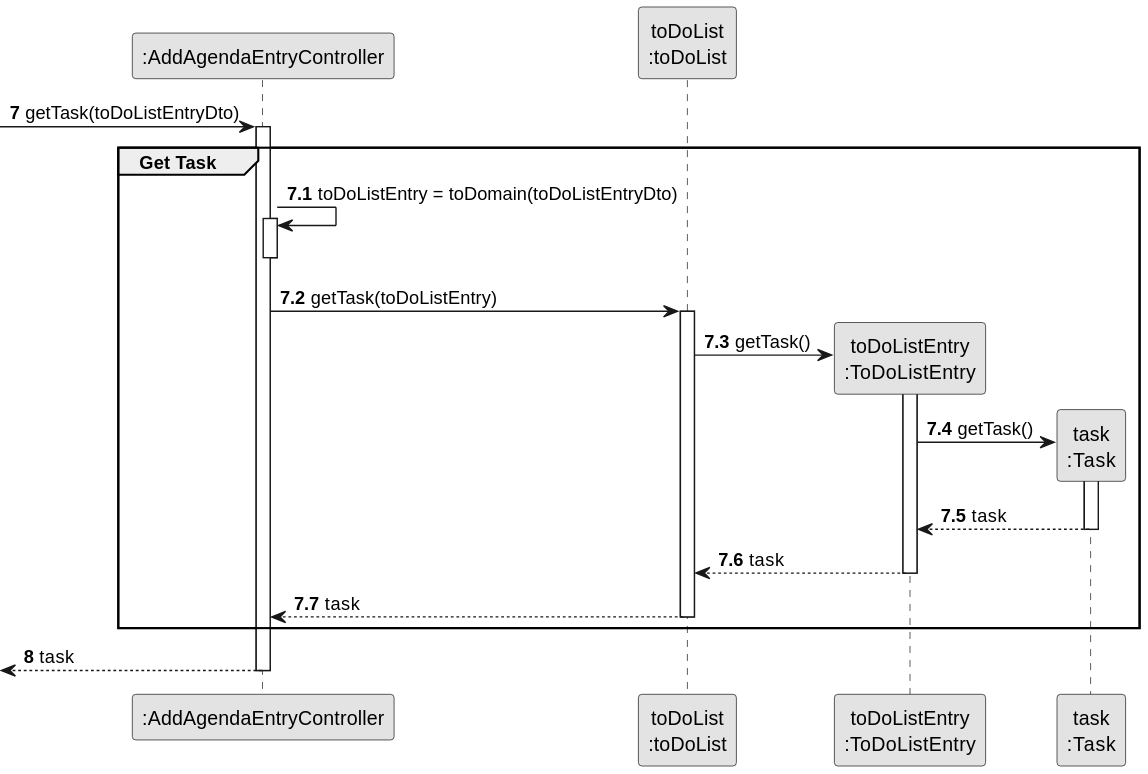
Above: docs/sprintC/us022/03.design/svg/us022-sequence-diagram-partial-get-task.svg in diogoveirospro/lei-24-s2-1dg-g072 (PlantUML), before the change.
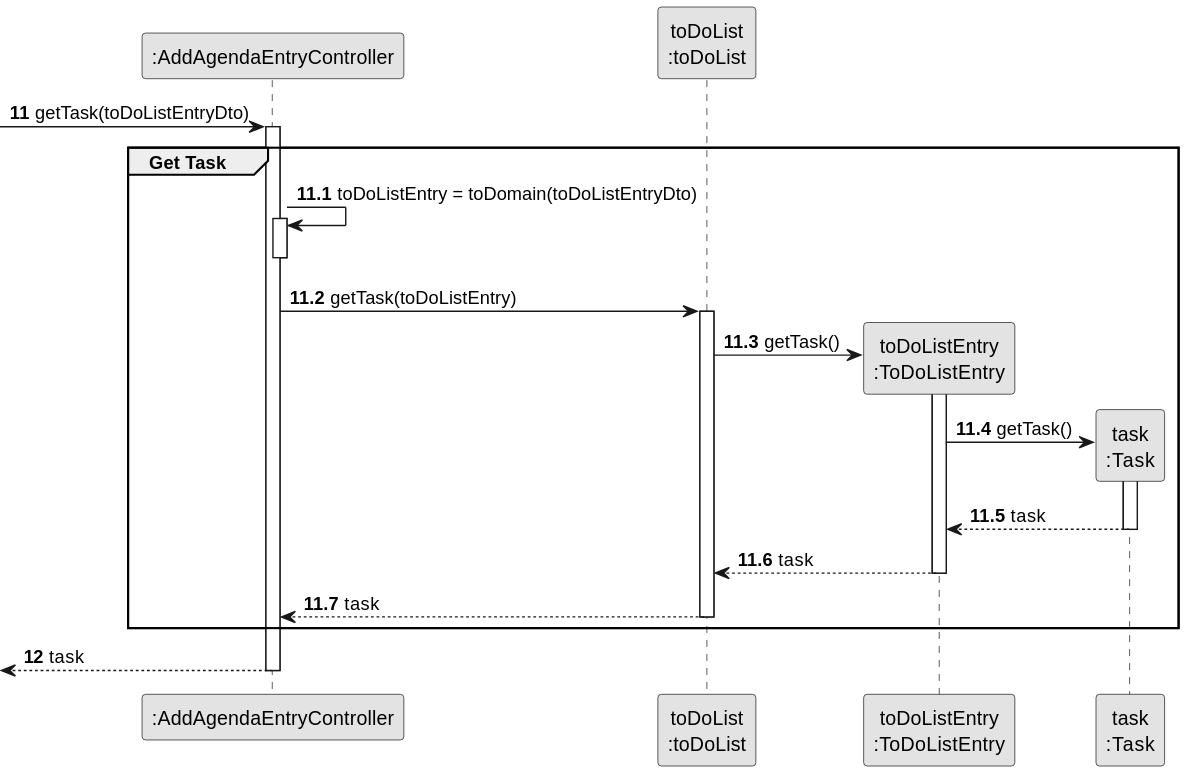
The same file after the commit.

The edit, as a diff of the source:
```diff
@@ -8,10 +8,10 @@
 participant "toDoListEntry\n:ToDoListEntry" as TODOLISTENTRY
 participant "task\n:Task" as TASK
 
-autonumber 7
+autonumber 11
 -> CTRL: getTask(toDoListEntryDto)
 
-autonumber 7.1
+autonumber 11.1
 activate CTRL
     group Get Task
 
@@ -39,7 +39,7 @@
 
     end
 
-    autonumber 8
+    autonumber 12
     <-- CTRL : task
 deactivate CTRL
 @enduml
```
